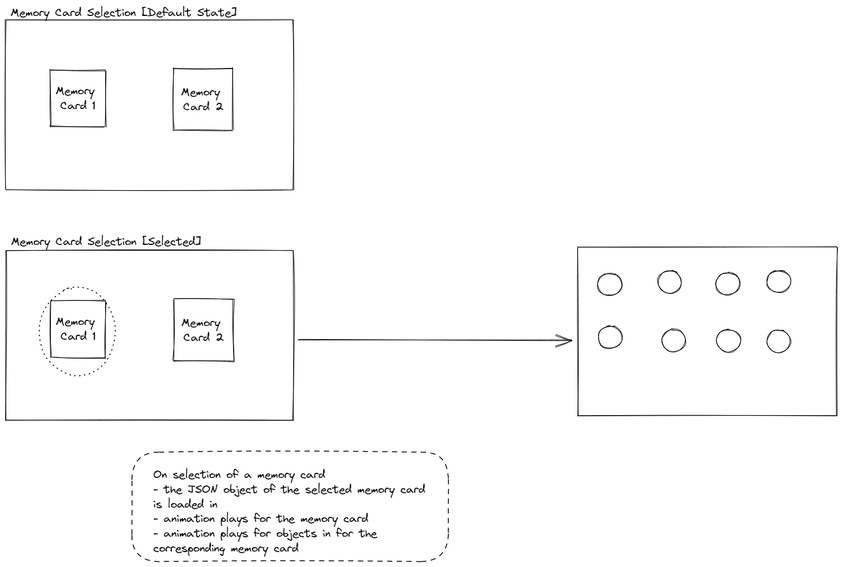
BoxedFruits/portfolio-website keeps this Excalidraw diagram as memory_card_selection.excalidraw.png. Above is the earlier version. Source tidied: one line per element, renumbered; positions are measured from the earlier drawing's top-left corner, leaving out a move shared by most shapes.
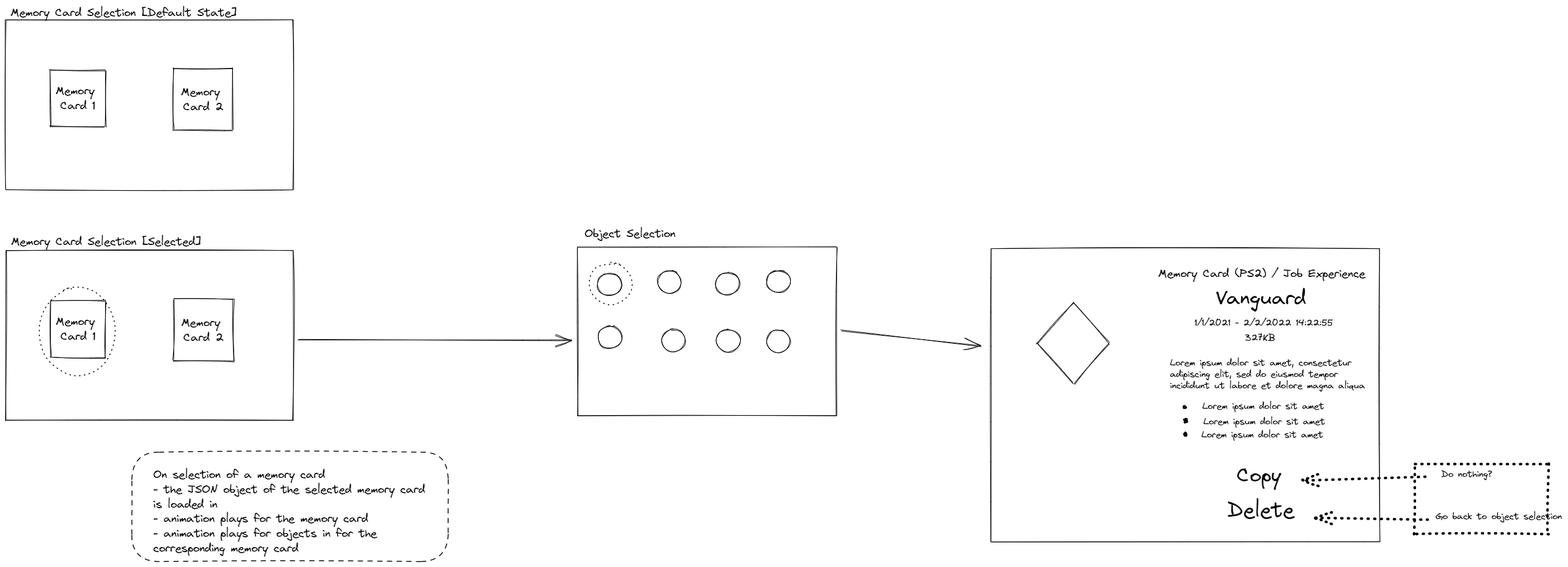
The same diagram one commit later.

The edit, as a diff of the source:
```diff
@@ -1,8 +1,8 @@
 {"id": 0, "type": "rectangle", "strokeColor": "#000000", "strokeWidth": 1, "roughness": 1, "x": 0, "y": 25, "width": 503, "height": 297}
 {"id": 1, "type": "rectangle", "strokeColor": "#000000", "strokeWidth": 1, "roughness": 1, "x": 78, "y": 113, "width": 96, "height": 99}
 {"id": 2, "type": "rectangle", "strokeColor": "#000000", "strokeWidth": 1, "roughness": 1, "x": 294, "y": 110, "width": 105, "height": 109}
-{"id": 3, "type": "text", "text": "Memory \nCard 1", "strokeColor": "#000000", "strokeWidth": 1, "roughness": 1, "fontSize": 20, "fontFamily": 1, "textAlign": "center", "verticalAlign": "middle", "inside": 1, "x": 87, "y": 136, "width": 79, "height": 52}
+{"id": 3, "type": "text", "text": "Memory \nCard 1", "strokeColor": "#000000", "strokeWidth": 1, "roughness": 1, "fontSize": 20, "fontFamily": 1, "textAlign": "center", "verticalAlign": "middle", "inside": 1, "x": 87, "y": 136, "width": 79, "height": 51}
-{"id": 4, "type": "text", "text": "Memory \nCard 2", "strokeColor": "#000000", "strokeWidth": 1, "roughness": 1, "fontSize": 20, "fontFamily": 1, "textAlign": "center", "verticalAlign": "middle", "inside": 2, "x": 306, "y": 138, "width": 79, "height": 52}
+{"id": 4, "type": "text", "text": "Memory \nCard 2", "strokeColor": "#000000", "strokeWidth": 1, "roughness": 1, "fontSize": 20, "fontFamily": 1, "textAlign": "center", "verticalAlign": "middle", "inside": 2, "x": 306, "y": 138, "width": 79, "height": 51}
 {"id": 5, "type": "text", "text": "Memory Card Selection [Default State]", "strokeColor": "#000000", "strokeWidth": 1, "roughness": 1, "fontSize": 20, "fontFamily": 1, "x": 8, "y": 0, "width": 398, "height": 26}
 {"id": 6, "type": "rectangle", "strokeColor": "#000000", "strokeWidth": 1, "roughness": 1, "x": 0, "y": 429, "width": 503, "height": 297}
 {"id": 7, "type": "rectangle", "strokeColor": "#000000", "strokeWidth": 1, "roughness": 1, "x": 78, "y": 517, "width": 96, "height": 99}
@@ -23,3 +23,26 @@
 {"id": 22, "type": "ellipse", "strokeColor": "#000000", "strokeWidth": 1, "strokeStyle": "dotted", "roughness": 1, "x": 59, "y": 494, "width": 133, "height": 155}
 {"id": 23, "type": "rectangle", "strokeColor": "#000000", "strokeWidth": 1, "strokeStyle": "dashed", "roughness": 1, "x": 221, "y": 782, "width": 554, "height": 192}
 {"id": 24, "type": "text", "text": "On selection of a memory card\n- the JSON object of the selected memory card\nis loaded in\n- animation plays for the memory card\n- animation plays for objects in for the \ncorresponding memory card", "strokeColor": "#000000", "strokeWidth": 1, "strokeStyle": "dashed", "roughness": 1, "fontSize": 20, "fontFamily": 1, "x": 258, "y": 809, "width": 477, "height": 154}
+{"id": 25, "type": "text", "text": "Object Selection", "strokeColor": "#000000", "strokeWidth": 1, "roughness": 1, "fontSize": 20, "fontFamily": 1, "x": 1014, "y": 387, "width": 161, "height": 26}
+{"id": 26, "type": "ellipse", "strokeColor": "#000000", "strokeWidth": 1, "strokeStyle": "dotted", "roughness": 1, "x": 1021, "y": 450, "width": 76, "height": 73}
+{"id": 27, "type": "arrow", "strokeColor": "#000000", "strokeWidth": 1, "roughness": 1, "endArrowhead": "arrow", "to": 28, "x": 1463, "y": 569, "width": 246, "height": 27, "points": [[0, 0], [246, 27]]}
+{"id": 28, "type": "rectangle", "strokeColor": "#000000", "strokeWidth": 1, "roughness": 1, "x": 1725, "y": 425, "width": 681, "height": 514}
+{"id": 29, "type": "diamond", "strokeColor": "#000000", "strokeWidth": 1, "roughness": 1, "x": 1806, "y": 519, "width": 126, "height": 143}
+{"id": 30, "type": "text", "text": "Memory Card (PS2) / Job Experience", "strokeColor": "#000000", "strokeWidth": 1, "roughness": 1, "fontSize": 20, "fontFamily": 1, "x": 2018, "y": 457, "width": 365, "height": 26}
+{"id": 31, "type": "text", "text": "Vanguard", "strokeColor": "#000000", "strokeWidth": 1, "roughness": 1, "fontSize": 36, "fontFamily": 1, "x": 2119, "y": 490, "width": 160, "height": 45}
+{"id": 32, "type": "text", "text": "1/1/2021 - 2/2/2022 14:22:55", "strokeColor": "#000000", "strokeWidth": 1, "roughness": 1, "fontSize": 16, "fontFamily": 1, "x": 2082, "y": 546, "width": 244, "height": 20}
+{"id": 33, "type": "text", "text": "327KB", "strokeColor": "#000000", "strokeWidth": 1, "roughness": 1, "fontSize": 16, "fontFamily": 1, "x": 2170, "y": 572, "width": 54, "height": 20}
+{"id": 34, "type": "text", "text": "Lorem ipsum dolor sit amet, consectetur\nadipiscing elit, sed do eiusmod tempor\nincididunt ut labore et dolore magna aliqua", "strokeColor": "#000000", "strokeWidth": 1, "roughness": 1, "fontSize": 16, "fontFamily": 1, "x": 2039, "y": 616, "width": 344, "height": 60}
+{"id": 35, "type": "ellipse", "strokeColor": "#000000", "strokeWidth": 4, "roughness": 1, "x": 2063, "y": 703, "width": 2, "height": 1}
+{"id": 36, "type": "ellipse", "strokeColor": "#000000", "strokeWidth": 4, "roughness": 1, "x": 2065, "y": 725, "width": 2, "height": 3}
+{"id": 37, "type": "ellipse", "strokeColor": "#000000", "strokeWidth": 4, "roughness": 1, "x": 2065, "y": 749, "width": 2, "height": 3}
+{"id": 38, "type": "text", "text": "Lorem ipsum dolor sit amet", "strokeColor": "#000000", "strokeWidth": 4, "roughness": 1, "fontSize": 16, "fontFamily": 1, "x": 2096, "y": 692, "width": 215, "height": 20}
+{"id": 39, "type": "text", "text": "Lorem ipsum dolor sit amet", "strokeColor": "#000000", "strokeWidth": 4, "roughness": 1, "fontSize": 16, "fontFamily": 1, "x": 2097, "y": 719, "width": 215, "height": 20}
+{"id": 40, "type": "text", "text": "Lorem ipsum dolor sit amet", "strokeColor": "#000000", "strokeWidth": 4, "roughness": 1, "fontSize": 16, "fontFamily": 1, "x": 2094, "y": 742, "width": 215, "height": 20}
+{"id": 41, "type": "text", "text": "Copy", "strokeColor": "#000000", "strokeWidth": 4, "roughness": 1, "fontSize": 36, "fontFamily": 1, "x": 2156, "y": 801, "width": 80, "height": 45}
+{"id": 42, "type": "text", "text": "Delete", "strokeColor": "#000000", "strokeWidth": 4, "roughness": 1, "fontSize": 36, "fontFamily": 1, "x": 2140, "y": 862, "width": 119, "height": 45}
+{"id": 43, "type": "rectangle", "strokeColor": "#000000", "strokeWidth": 4, "strokeStyle": "dotted", "roughness": 1, "x": 2467, "y": 803, "width": 234, "height": 121}
+{"id": 44, "type": "arrow", "strokeColor": "#000000", "strokeWidth": 4, "strokeStyle": "dotted", "roughness": 1, "endArrowhead": "arrow", "x": 2485, "y": 825, "width": 215, "height": 8, "points": [[0, 0], [-215, 8]]}
+{"id": 45, "type": "arrow", "strokeColor": "#000000", "strokeWidth": 4, "strokeStyle": "dotted", "roughness": 1, "endArrowhead": "arrow", "from": 46, "x": 2491, "y": 900, "width": 198, "height": 2, "points": [[0, 0], [-198, -2]]}
+{"id": 46, "type": "text", "text": "Go back to object selection", "strokeColor": "#000000", "strokeWidth": 4, "strokeStyle": "dotted", "roughness": 1, "fontSize": 16, "fontFamily": 1, "x": 2504, "y": 885, "width": 223, "height": 20}
+{"id": 47, "type": "text", "text": "Do nothing?", "strokeColor": "#000000", "strokeWidth": 4, "strokeStyle": "dotted", "roughness": 1, "fontSize": 16, "fontFamily": 1, "x": 2514, "y": 811, "width": 91, "height": 20}
```
